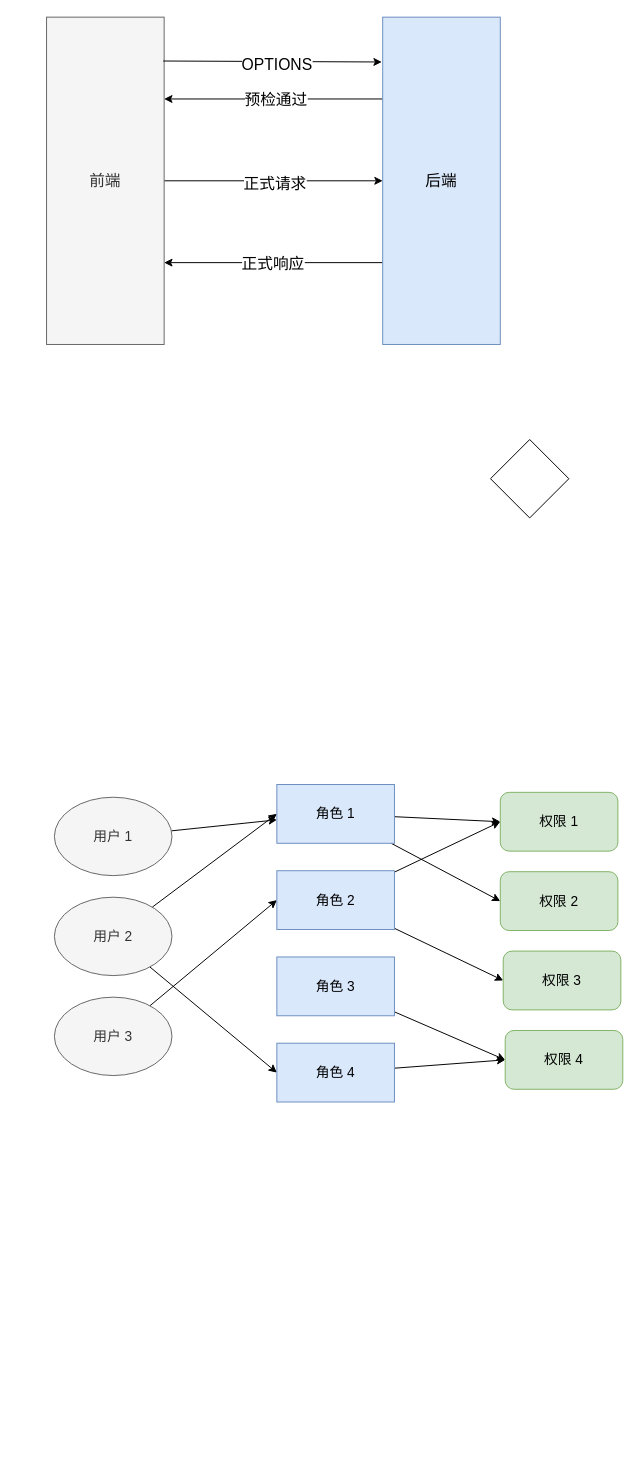
The draw.io diagram page "Page-4" (1 of 4) of Untitled Diagram.drawio in itwanger/drwa.io, before the edit. Source tidied: cells renumbered, new cells numbered last; positions are measured from the earlier drawing's top-left corner, leaving out a move shared by most shapes. Both pictures are drawn from the tidied source at 98%, with x=0, y=0 at pixel (46, 17).
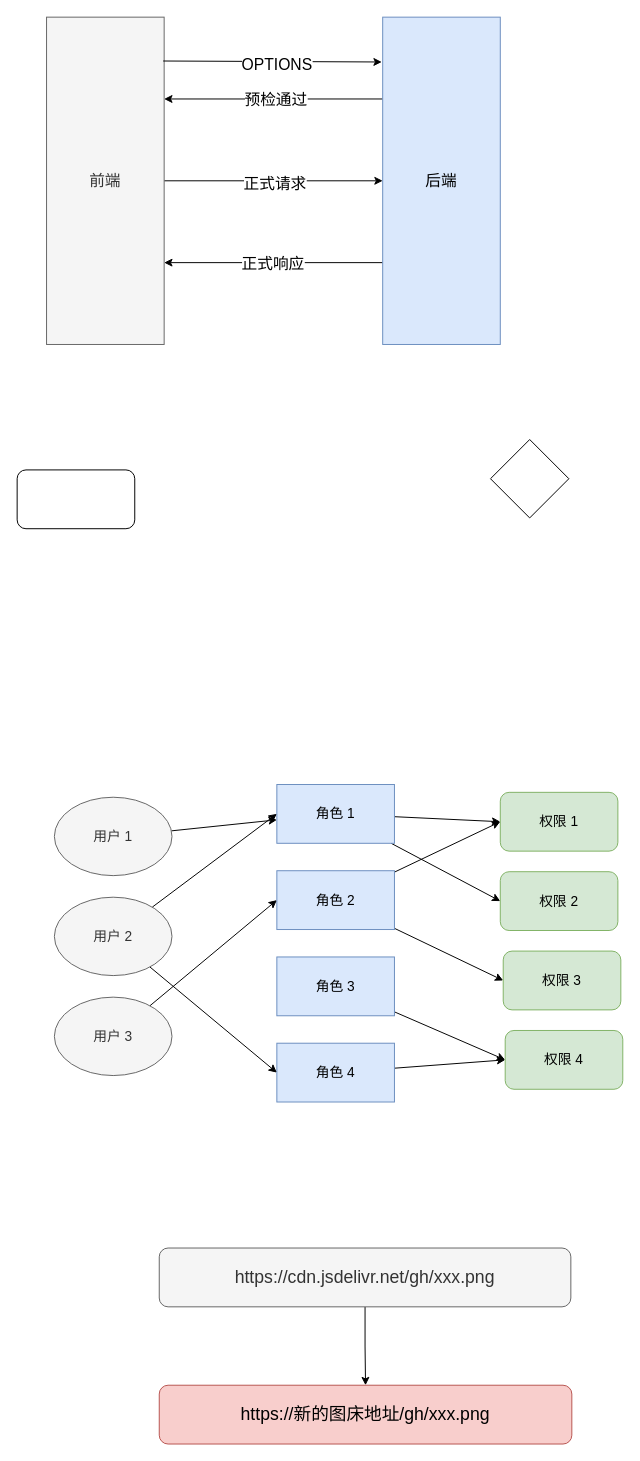
The same page after the edit.

The edit, as a diff of the source:
```diff
@@
+    <mxCell id="34" style="rounded=1;whiteSpace=wrap;html=1;" parent="1" vertex="1">
+      <mxGeometry x="-30" y="462" width="120" height="60" as="geometry" />
+    </mxCell>
+    <mxCell id="35" style="edgeStyle=orthogonalEdgeStyle;rounded=0;jettySize=auto;html=1;fontSize=18;" parent="1" edge="1" source="36" target="37">
+      <mxGeometry relative="1" as="geometry" />
+    </mxCell>
+    <mxCell id="36" value="https://cdn.jsdelivr.net/gh/xxx.png" style="rounded=1;whiteSpace=wrap;html=1;fontSize=18;fillColor=#f5f5f5;fontColor=#333333;strokeColor=#666666;" parent="1" vertex="1">
+      <mxGeometry x="115" y="1256" width="420" height="60" as="geometry" />
+    </mxCell>
+    <mxCell id="37" value="&lt;span&gt;https://新的图床地址/gh/xxx.png&lt;/span&gt;" style="whiteSpace=wrap;html=1;fontSize=18;rounded=1;fillColor=#f8cecc;strokeColor=#b85450;" parent="1" vertex="1">
+      <mxGeometry x="115" y="1396" width="421" height="60" as="geometry" />
+    </mxCell>
```
